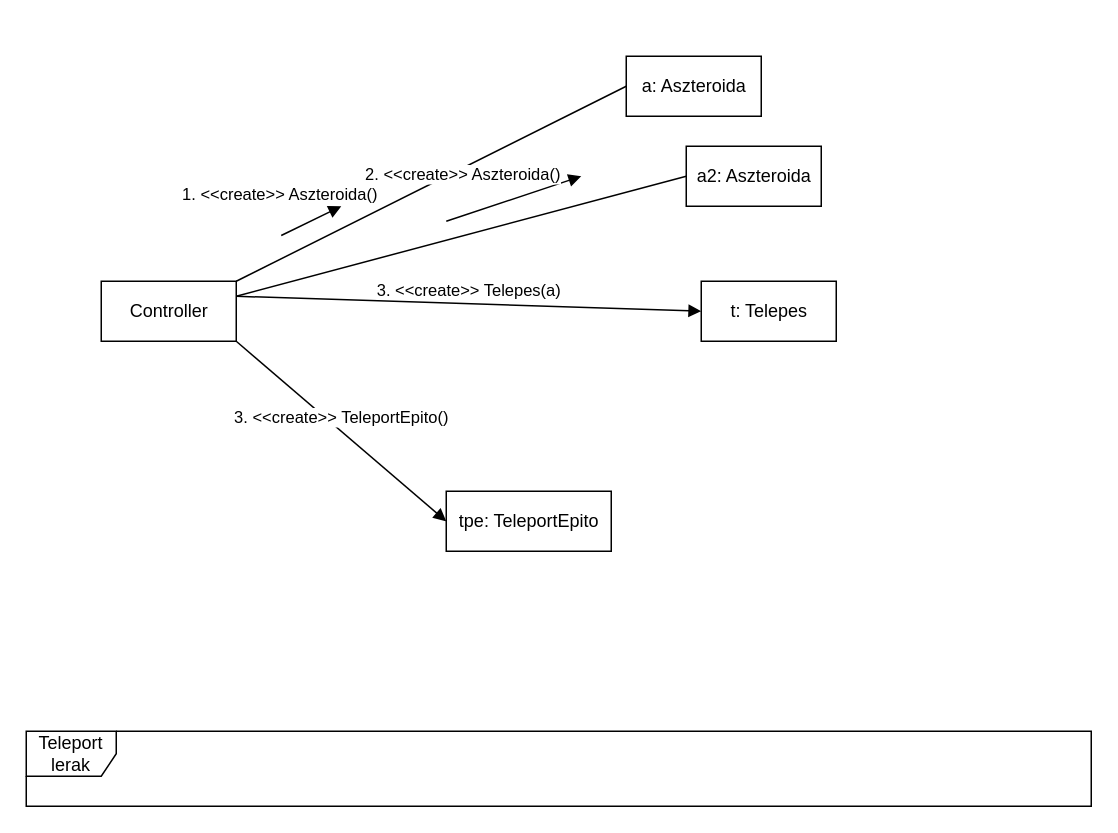
This is page "komm. diag" (2 of 3) of doc/uml/szekvencia_tpkapu.drawio from torpeBoiGo/aszteroidabanyaszat, a draw.io file, before an edit. Source tidied: cells renumbered, new cells numbered last; positions are measured from the earlier drawing's top-left corner, leaving out a move shared by most shapes. Both pictures are drawn from the tidied source at 150%, with x=0, y=0 at pixel (26, 56).
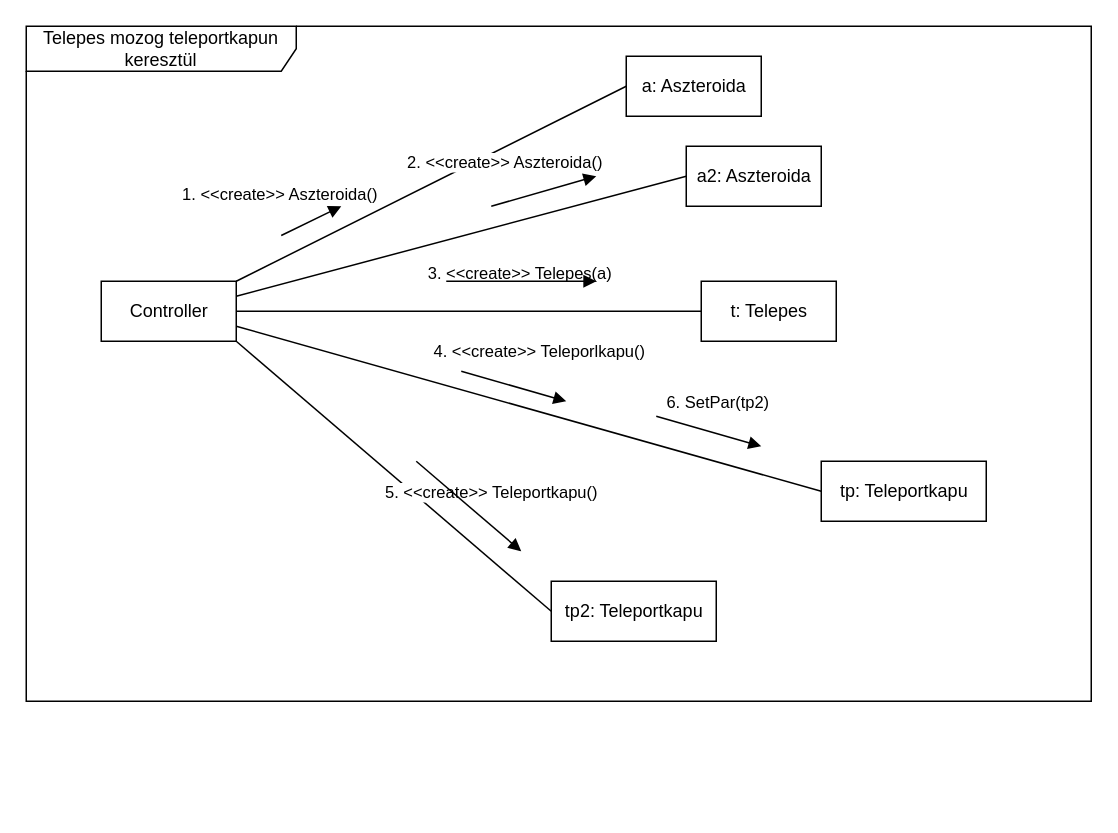
The same diagram, later.

Commit message:
kommunikációs diagram

The change refers to these unchanged cells:
```xml
<mxCell id="3" value="t: Telepes" style="html=1;" parent="1" vertex="1">
  <mxGeometry x="450" y="150" width="90" height="40" as="geometry" />
</mxCell>
<mxCell id="6" value="Controller" style="html=1;" parent="1" vertex="1">
  <mxGeometry x="50" y="150" width="90" height="40" as="geometry" />
</mxCell>
```

The edit, as a diff of the source:
```diff
@@
-    <mxCell id="2" value="Teleport lerak" style="shape=umlFrame;whiteSpace=wrap;html=1;" parent="1" vertex="1">
-      <mxGeometry y="450" width="710" height="50" as="geometry" />
+    <mxCell id="2" value="Telepes mozog teleportkapun keresztül" style="shape=umlFrame;whiteSpace=wrap;html=1;width=180;height=30;" parent="1" vertex="1">
+      <mxGeometry y="-20" width="710" height="450" as="geometry" />
     </mxCell>
@@
-    <mxCell id="5" value="tpe: TeleportEpito" style="html=1;" parent="1" vertex="1">
-      <mxGeometry x="280" y="290" width="110" height="40" as="geometry" />
+    <mxCell id="5" value="tp: Teleportkapu" style="html=1;" parent="1" vertex="1">
+      <mxGeometry x="530" y="270" width="110" height="40" as="geometry" />
     </mxCell>
@@
-    <mxCell id="7" value="3. &amp;lt;&amp;lt;create&amp;gt;&amp;gt; Telepes(a)" style="html=1;verticalAlign=bottom;endArrow=block;exitX=1;exitY=0.25;exitDx=0;exitDy=0;entryX=0;entryY=0.5;entryDx=0;entryDy=0;" parent="1" edge="1" source="6" target="3">
-      <mxGeometry relative="1" as="geometry" />
+    <mxCell id="7" value="3. &amp;lt;&amp;lt;create&amp;gt;&amp;gt; Telepes(a)" style="html=1;verticalAlign=bottom;endArrow=none;exitX=1;exitY=0.5;exitDx=0;exitDy=0;entryX=0;entryY=0.5;entryDx=0;entryDy=0;endFill=0;" parent="1" edge="1" source="6" target="3">
+      <mxGeometry x="0.22" y="16" relative="1" as="geometry" />
     </mxCell>
@@
-    <mxCell id="9" value="3. &amp;lt;&amp;lt;create&amp;gt;&amp;gt; TeleportEpito()" style="html=1;verticalAlign=bottom;endArrow=block;exitX=1;exitY=1;exitDx=0;exitDy=0;entryX=0;entryY=0.5;entryDx=0;entryDy=0;" parent="1" edge="1" source="6" target="5">
-      <mxGeometry relative="1" as="geometry" />
+    <mxCell id="9" value="4. &amp;lt;&amp;lt;create&amp;gt;&amp;gt; Teleporlkapu()" style="html=1;verticalAlign=bottom;endArrow=none;entryX=0;entryY=0.5;entryDx=0;entryDy=0;endFill=0;" parent="1" edge="1" target="5">
+      <mxGeometry x="-0.01" y="30" relative="1" as="geometry">
+        <mxPoint x="140" y="180" as="sourcePoint" />
+      </mxGeometry>
     </mxCell>
@@
     <mxCell id="12" value="2. &amp;lt;&amp;lt;create&amp;gt;&amp;gt; Aszteroida()" style="html=1;verticalAlign=bottom;endArrow=block;" parent="1" edge="1">
       <mxGeometry x="-0.62" y="18" relative="1" as="geometry">
-        <mxPoint x="280" y="110" as="sourcePoint" />
-        <mxPoint x="370" y="80" as="targetPoint" />
+        <mxPoint x="310" y="100" as="sourcePoint" />
+        <mxPoint x="380" y="80" as="targetPoint" />
         <mxPoint y="1" as="offset" />
       </mxGeometry>
     </mxCell>
@@
+    <mxCell id="14" value="tp2: Teleportkapu" style="html=1;" parent="1" vertex="1">
+      <mxGeometry x="350" y="350" width="110" height="40" as="geometry" />
+    </mxCell>
+    <mxCell id="15" value="5. &amp;lt;&amp;lt;create&amp;gt;&amp;gt; Teleportkapu()" style="html=1;verticalAlign=bottom;endArrow=none;exitX=1;exitY=1;exitDx=0;exitDy=0;entryX=0;entryY=0.5;entryDx=0;entryDy=0;endFill=0;" parent="1" edge="1" source="6" target="14">
+      <mxGeometry x="0.45" y="27" relative="1" as="geometry" />
+    </mxCell>
+    <mxCell id="16" value="6. SetPar(tp2)" style="html=1;verticalAlign=bottom;endArrow=block;" parent="1" edge="1">
+      <mxGeometry x="0.06" y="11" relative="1" as="geometry">
+        <mxPoint x="420" y="240" as="sourcePoint" />
+        <mxPoint x="490" y="260" as="targetPoint" />
+      </mxGeometry>
+    </mxCell>
+    <mxCell id="17" style="html=1;verticalAlign=bottom;endArrow=block;" parent="1" edge="1">
+      <mxGeometry x="0.06" y="11" relative="1" as="geometry">
+        <mxPoint x="290" y="210" as="sourcePoint" />
+        <mxPoint x="360" y="230" as="targetPoint" />
+      </mxGeometry>
+    </mxCell>
+    <mxCell id="18" style="html=1;verticalAlign=bottom;endArrow=block;" parent="1" edge="1">
+      <mxGeometry x="0.06" y="11" relative="1" as="geometry">
+        <mxPoint x="260" y="270" as="sourcePoint" />
+        <mxPoint x="330" y="330" as="targetPoint" />
+      </mxGeometry>
+    </mxCell>
+    <mxCell id="19" style="html=1;verticalAlign=bottom;endArrow=block;" parent="1" edge="1">
+      <mxGeometry x="0.06" y="11" relative="1" as="geometry">
+        <mxPoint x="280" y="150" as="sourcePoint" />
+        <mxPoint x="380" y="150" as="targetPoint" />
+      </mxGeometry>
+    </mxCell>
```
